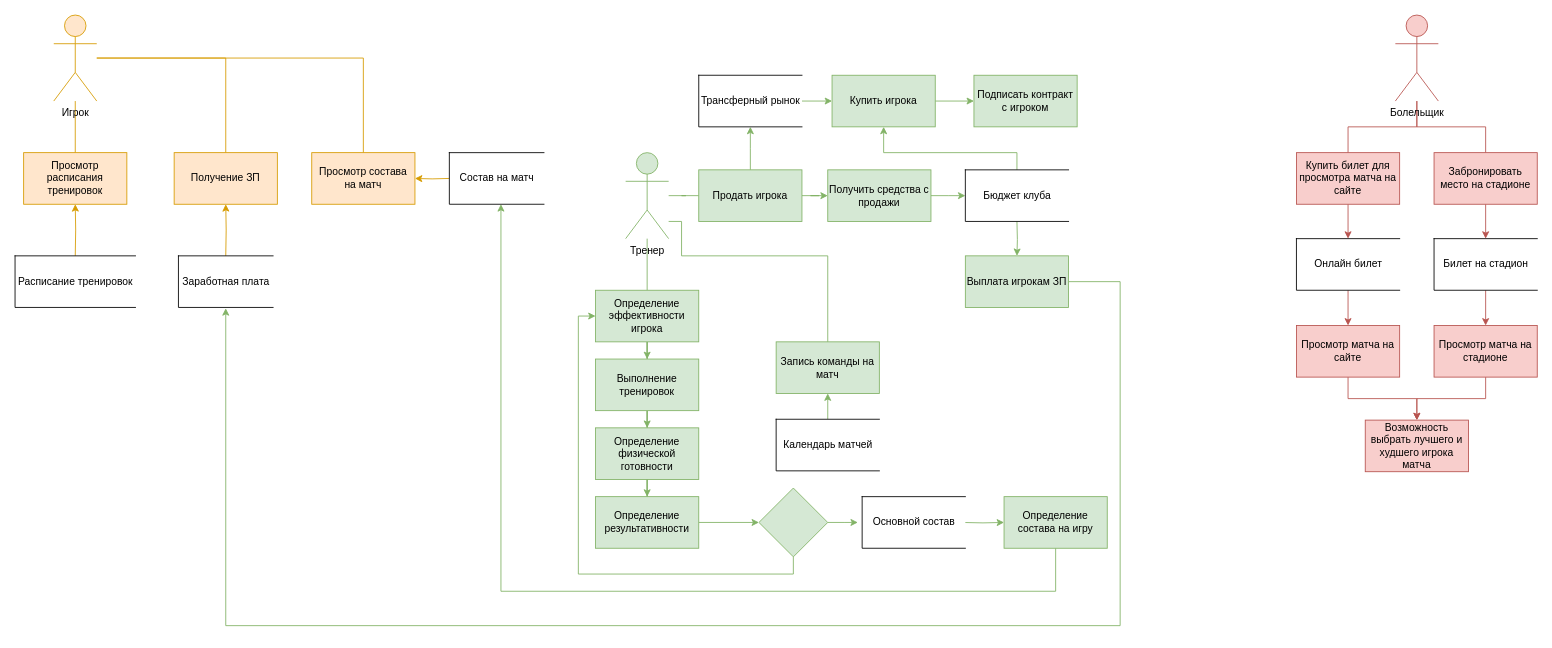
Alexsander996/football keeps this draw.io diagram as DFD Diagramm.drawio. Above is the earlier version. Source tidied: cells renumbered, new cells numbered last; positions are measured from the earlier drawing's top-left corner, leaving out a move shared by most shapes. Both pictures are drawn from the tidied source at 86%, with x=0, y=0 at pixel (15, 15).
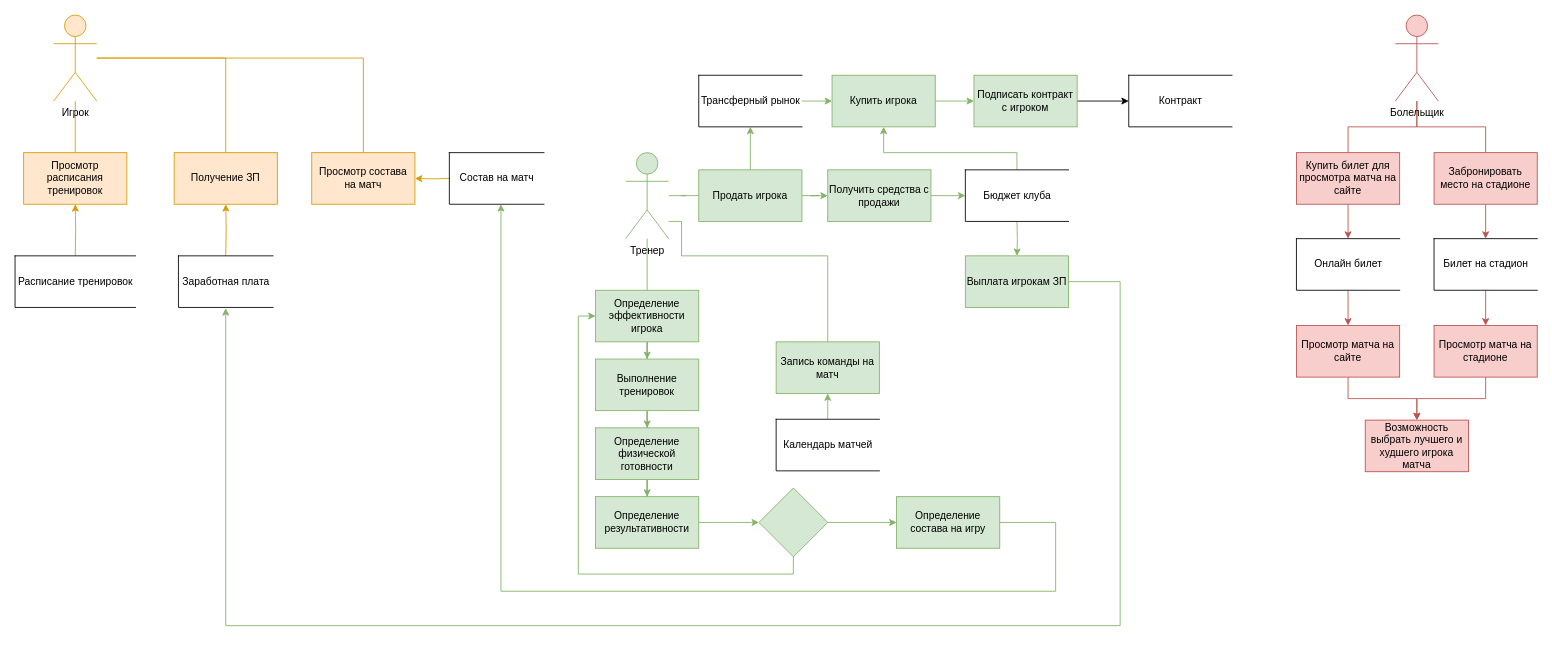
The same diagram, later.

Unchanged cells that the change refers to:
```xml
<mxCell id="34" value="Подписать контракт с игроком" style="rounded=0;whiteSpace=wrap;html=1;fillColor=#d5e8d4;strokeColor=#82b366;" parent="1" vertex="1">
  <mxGeometry x="1115" y="70" width="120" height="60" as="geometry" />
</mxCell>
<mxCell id="45" style="rhombus;whiteSpace=wrap;html=1;fillColor=#d5e8d4;strokeColor=#82b366;" parent="1" vertex="1">
  <mxGeometry x="865" y="550" width="80" height="80" as="geometry" />
</mxCell>
```

The edit, as a diff of the source:
```diff
@@
     <mxCell id="19" value="Определение состава на игру" style="rounded=0;whiteSpace=wrap;html=1;fillColor=#d5e8d4;strokeColor=#82b366;" parent="1" vertex="1">
-      <mxGeometry x="1150" y="560" width="120" height="60" as="geometry" />
+      <mxGeometry x="1025" y="560" width="120" height="60" as="geometry" />
     </mxCell>
@@
+    <mxCell id="68" style="edgeStyle=orthogonalEdgeStyle;rounded=0;jettySize=auto;html=1;entryX=0;entryY=0.5;entryDx=0;entryDy=0;" parent="1" edge="1" source="34" target="69">
+      <mxGeometry relative="1" as="geometry" />
+    </mxCell>
@@
-    <mxCell id="43" style="edgeStyle=orthogonalEdgeStyle;rounded=0;jettySize=auto;html=1;entryX=0;entryY=0.5;entryDx=0;entryDy=0;endArrow=classic;endFill=1;fillColor=#d5e8d4;strokeColor=#82b366;" parent="1" edge="1" source="45">
-      <mxGeometry relative="1" as="geometry">
-        <mxPoint x="980" y="590" as="targetPoint" />
-      </mxGeometry>
+    <mxCell id="43" style="edgeStyle=orthogonalEdgeStyle;rounded=0;jettySize=auto;html=1;endArrow=classic;endFill=1;fillColor=#d5e8d4;strokeColor=#82b366;entryX=0;entryY=0.5;entryDx=0;entryDy=0;" parent="1" edge="1" source="45" target="19">
+      <mxGeometry relative="1" as="geometry" />
     </mxCell>
@@
-    <mxCell id="46" style="edgeStyle=orthogonalEdgeStyle;rounded=0;jettySize=auto;html=1;entryX=0;entryY=0.5;entryDx=0;entryDy=0;endArrow=classic;endFill=1;fillColor=#d5e8d4;strokeColor=#82b366;" parent="1" edge="1" target="19">
-      <mxGeometry relative="1" as="geometry">
-        <mxPoint x="1100" y="590" as="sourcePoint" />
-      </mxGeometry>
-    </mxCell>
@@
-    <mxCell id="63" value="Основной состав" style="html=1;dashed=0;whitespace=wrap;shape=partialRectangle;right=0;" parent="1" vertex="1">
-      <mxGeometry x="985" y="560" width="120" height="60" as="geometry" />
-    </mxCell>
@@
+    <mxCell id="69" value="Контракт" style="html=1;dashed=0;whitespace=wrap;shape=partialRectangle;right=0;" parent="1" vertex="1">
+      <mxGeometry x="1295" y="70" width="120" height="60" as="geometry" />
+    </mxCell>
```
